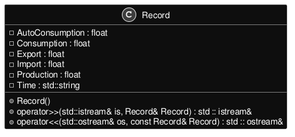
The PlantUML diagram inline_umlgraph_3.png in MaciejWojs/CSV-Parser, before a commit. Its diagram source:
```plantuml
@startuml inline_umlgraph_3.png
skinparam monochrome reverse
skinparam backgroundColor transparent

class Record {
-AutoConsumption : float
-Consumption : float
-Export : float
-Import : float
-Production : float
-Time : std::string
+Record()
+operator>>(std::istream& is, Record& Record) : std :: istream&
+operator<<(std::ostream& os, const Record& Record) : std :: ostream&

}
@enduml
```
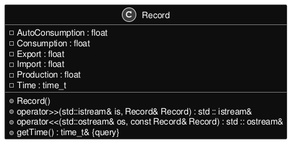
The same diagram one commit later.

Change to the diagram source:
```diff
@@ -8,10 +8,11 @@
 -Export : float
 -Import : float
 -Production : float
--Time : std::string
+-Time : time_t
 +Record()
 +operator>>(std::istream& is, Record& Record) : std :: istream&
 +operator<<(std::ostream& os, const Record& Record) : std :: ostream&
++getTime() : time_t& {query}
 
 }
 @enduml
```
